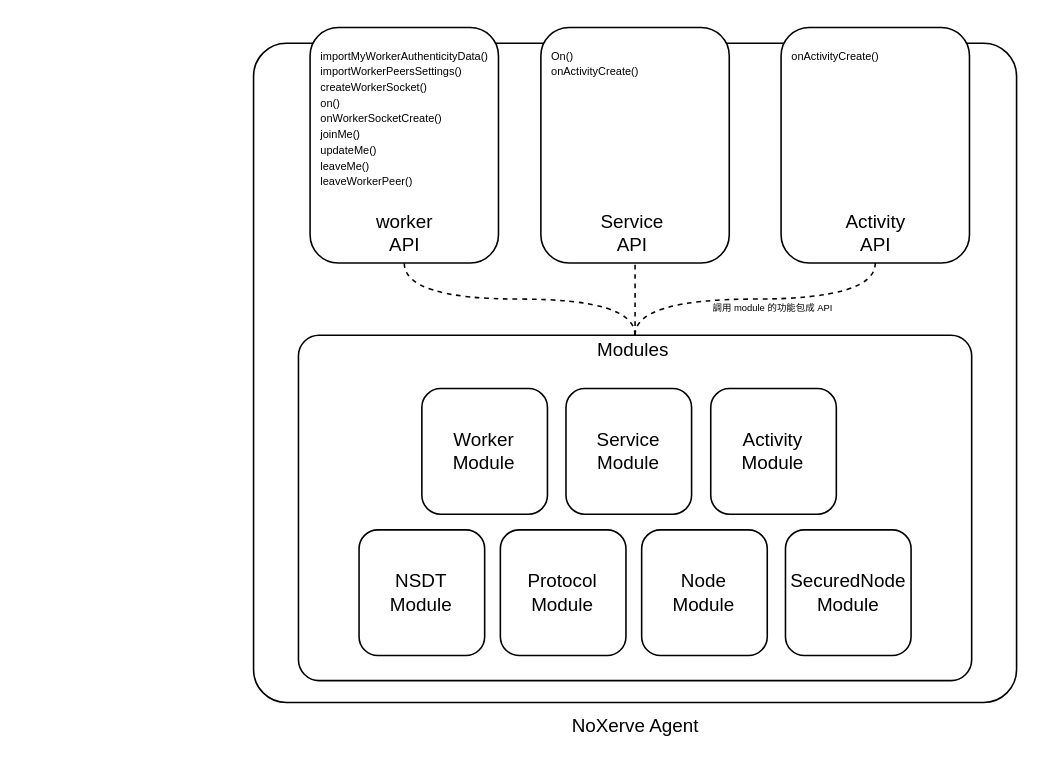
Above: page "NoXerve Agent" (1 of 2) of DrawIO/NoXerve.drawio in NoXerve/NoXerve-Document (draw.io), before the change. Source tidied: cells renumbered, new cells numbered last; positions are measured from the earlier drawing's top-left corner, leaving out a move shared by most shapes. Both pictures are drawn from the tidied source at 157%, with x=0, y=0 at pixel (253, 27).
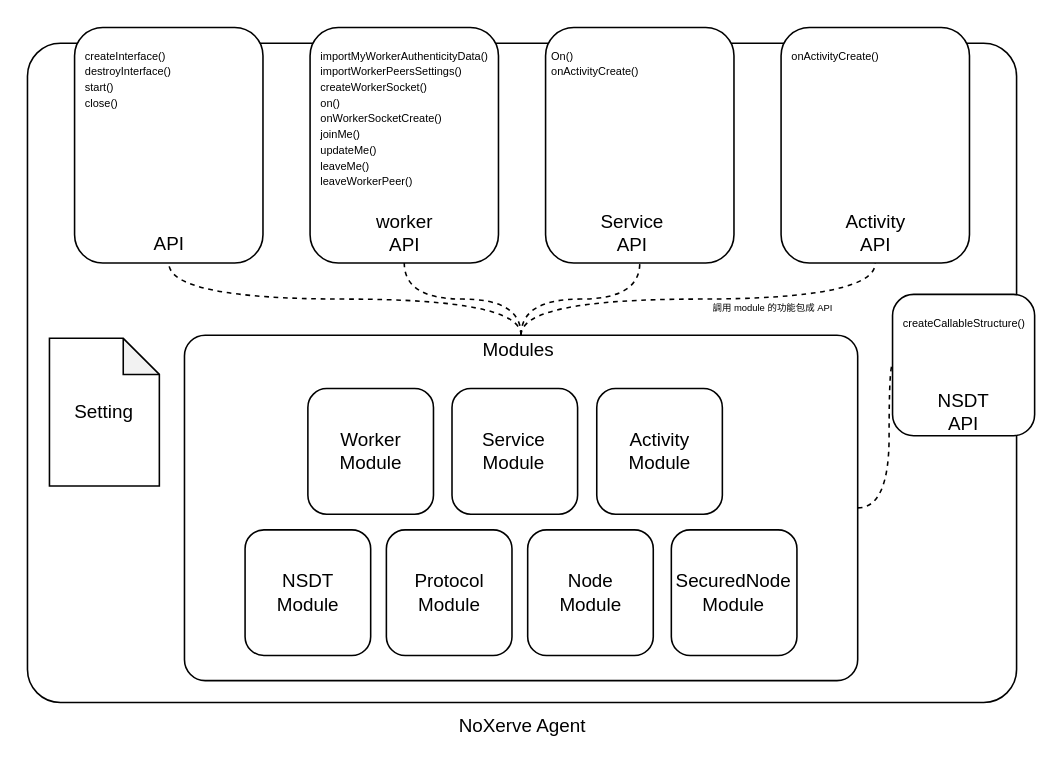
The same page after the edit.

Commit message:
update NoXerve index

Diff of the diagram source:
```diff
@@
     <mxCell id="2" style="rounded=1;whiteSpace=wrap;html=1;arcSize=5;" parent="1" vertex="1">
-      <mxGeometry y="10" width="486" height="420" as="geometry" />
+      <mxGeometry x="-144" y="10" width="630" height="420" as="geometry" />
     </mxCell>
@@
-    <mxCell id="6" style="rounded=1;whiteSpace=wrap;html=1;arcSize=6;" parent="1" vertex="1">
-      <mxGeometry x="28.6" y="196" width="428.8" height="220" as="geometry" />
-    </mxCell>
@@
     <mxCell id="8" style="rounded=1;whiteSpace=wrap;html=1;" parent="1" vertex="1">
-      <mxGeometry x="183" width="120" height="150" as="geometry" />
+      <mxGeometry x="186" width="120" height="150" as="geometry" />
     </mxCell>
@@
     <mxCell id="10" value="NoXerve Agent" style="text;html=1;strokeColor=none;fillColor=none;align=center;verticalAlign=middle;whiteSpace=wrap;rounded=0;" parent="1" vertex="1">
-      <mxGeometry x="185.8" y="435" width="114.5" height="20" as="geometry" />
+      <mxGeometry x="113.8" y="435" width="114.5" height="20" as="geometry" />
     </mxCell>
@@
-    <mxCell id="14" value="Worker&lt;br&gt;Module" style="whiteSpace=wrap;html=1;rounded=1;" parent="1" vertex="1">
-      <mxGeometry x="107.2" y="230" width="80" height="80" as="geometry" />
-    </mxCell>
-    <mxCell id="15" value="Modules" style="text;html=1;strokeColor=none;fillColor=none;align=center;verticalAlign=middle;whiteSpace=wrap;rounded=0;" parent="1" vertex="1">
-      <mxGeometry x="197.5" y="196" width="88.2" height="20" as="geometry" />
-    </mxCell>
-    <mxCell id="16" value="Service&lt;br&gt;Module" style="whiteSpace=wrap;html=1;rounded=1;" parent="1" vertex="1">
-      <mxGeometry x="199" y="230" width="80" height="80" as="geometry" />
-    </mxCell>
-    <mxCell id="17" value="Activity&lt;br&gt;Module" style="whiteSpace=wrap;html=1;rounded=1;" parent="1" vertex="1">
-      <mxGeometry x="291.2" y="230" width="80" height="80" as="geometry" />
-    </mxCell>
-    <mxCell id="18" value="NSDT&lt;br&gt;Module" style="whiteSpace=wrap;html=1;rounded=1;" parent="1" vertex="1">
-      <mxGeometry x="67.2" y="320" width="80" height="80" as="geometry" />
-    </mxCell>
-    <mxCell id="19" value="Protocol&lt;br&gt;Module" style="whiteSpace=wrap;html=1;rounded=1;" parent="1" vertex="1">
-      <mxGeometry x="157.2" y="320" width="80" height="80" as="geometry" />
-    </mxCell>
-    <mxCell id="20" value="Node&lt;br&gt;Module" style="whiteSpace=wrap;html=1;rounded=1;" parent="1" vertex="1">
-      <mxGeometry x="247.2" y="320" width="80" height="80" as="geometry" />
-    </mxCell>
-    <mxCell id="21" value="SecuredNode&lt;br&gt;Module" style="whiteSpace=wrap;html=1;rounded=1;" parent="1" vertex="1">
-      <mxGeometry x="338.8" y="320" width="80" height="80" as="geometry" />
-    </mxCell>
@@
+    <mxCell id="35" style="rounded=1;whiteSpace=wrap;html=1;" parent="1" vertex="1">
+      <mxGeometry x="-114" width="120" height="150" as="geometry" />
+    </mxCell>
+    <mxCell id="36" style="group;" parent="1" vertex="1">
+      <mxGeometry x="-44" y="196" width="428.8" height="220" as="geometry" />
+    </mxCell>
+    <mxCell id="6" style="rounded=1;whiteSpace=wrap;html=1;arcSize=6;" parent="36" vertex="1">
+      <mxGeometry width="428.8" height="220" as="geometry" />
+    </mxCell>
+    <mxCell id="14" value="Worker&lt;br&gt;Module" style="whiteSpace=wrap;html=1;rounded=1;" parent="36" vertex="1">
+      <mxGeometry x="78.6" y="34" width="80" height="80" as="geometry" />
+    </mxCell>
+    <mxCell id="15" value="Modules" style="text;html=1;strokeColor=none;fillColor=none;align=center;verticalAlign=middle;whiteSpace=wrap;rounded=0;" parent="36" vertex="1">
+      <mxGeometry x="168.9" width="88.2" height="20" as="geometry" />
+    </mxCell>
+    <mxCell id="16" value="Service&lt;br&gt;Module" style="whiteSpace=wrap;html=1;rounded=1;" parent="36" vertex="1">
+      <mxGeometry x="170.4" y="34" width="80" height="80" as="geometry" />
+    </mxCell>
+    <mxCell id="17" value="Activity&lt;br&gt;Module" style="whiteSpace=wrap;html=1;rounded=1;" parent="36" vertex="1">
+      <mxGeometry x="262.6" y="34" width="80" height="80" as="geometry" />
+    </mxCell>
+    <mxCell id="18" value="NSDT&lt;br&gt;Module" style="whiteSpace=wrap;html=1;rounded=1;" parent="36" vertex="1">
+      <mxGeometry x="38.6" y="124" width="80" height="80" as="geometry" />
+    </mxCell>
+    <mxCell id="19" value="Protocol&lt;br&gt;Module" style="whiteSpace=wrap;html=1;rounded=1;" parent="36" vertex="1">
+      <mxGeometry x="128.6" y="124" width="80" height="80" as="geometry" />
+    </mxCell>
+    <mxCell id="20" value="Node&lt;br&gt;Module" style="whiteSpace=wrap;html=1;rounded=1;" parent="36" vertex="1">
+      <mxGeometry x="218.6" y="124" width="80" height="80" as="geometry" />
+    </mxCell>
+    <mxCell id="21" value="SecuredNode&lt;br&gt;Module" style="whiteSpace=wrap;html=1;rounded=1;" parent="36" vertex="1">
+      <mxGeometry x="310.1" y="124" width="80" height="80" as="geometry" />
+    </mxCell>
+    <mxCell id="37" style="edgeStyle=orthogonalEdgeStyle;jettySize=auto;html=1;entryX=0.5;entryY=1;entryDx=0;entryDy=0;endArrow=none;endFill=0;dashed=1;curved=1;" parent="1" edge="1" source="6" target="35">
+      <mxGeometry relative="1" as="geometry" />
+    </mxCell>
+    <mxCell id="38" value="API" style="text;html=1;strokeColor=none;fillColor=none;align=center;verticalAlign=middle;whiteSpace=wrap;rounded=0;" parent="1" vertex="1">
+      <mxGeometry x="-85.5" y="130" width="63" height="16" as="geometry" />
+    </mxCell>
+    <mxCell id="39" value="&lt;font style=&quot;font-size: 7px&quot;&gt;createInterface()&lt;/font&gt;" style="text;html=1;strokeColor=none;fillColor=none;align=left;verticalAlign=middle;whiteSpace=wrap;rounded=0;fontSize=7;" parent="1" vertex="1">
+      <mxGeometry x="-109" y="14" width="110" height="10" as="geometry" />
+    </mxCell>
+    <mxCell id="40" value="&lt;font style=&quot;font-size: 7px&quot;&gt;destroyInterface()&lt;/font&gt;" style="text;html=1;strokeColor=none;fillColor=none;align=left;verticalAlign=middle;whiteSpace=wrap;rounded=0;fontSize=7;" parent="1" vertex="1">
+      <mxGeometry x="-109" y="24" width="110" height="10" as="geometry" />
+    </mxCell>
+    <mxCell id="41" value="&lt;font style=&quot;font-size: 7px&quot;&gt;start()&lt;/font&gt;" style="text;html=1;strokeColor=none;fillColor=none;align=left;verticalAlign=middle;whiteSpace=wrap;rounded=0;fontSize=7;" parent="1" vertex="1">
+      <mxGeometry x="-109" y="34" width="110" height="10" as="geometry" />
+    </mxCell>
+    <mxCell id="42" value="&lt;font style=&quot;font-size: 7px&quot;&gt;close()&lt;/font&gt;" style="text;html=1;strokeColor=none;fillColor=none;align=left;verticalAlign=middle;whiteSpace=wrap;rounded=0;fontSize=7;" parent="1" vertex="1">
+      <mxGeometry x="-109" y="44" width="110" height="10" as="geometry" />
+    </mxCell>
+    <mxCell id="43" style="rounded=1;whiteSpace=wrap;html=1;" parent="1" vertex="1">
+      <mxGeometry x="407" y="170" width="90.5" height="90" as="geometry" />
+    </mxCell>
+    <mxCell id="44" style="edgeStyle=orthogonalEdgeStyle;curved=1;jettySize=auto;html=1;dashed=1;endArrow=none;endFill=0;" parent="1" edge="1" source="6" target="43">
+      <mxGeometry relative="1" as="geometry" />
+    </mxCell>
+    <mxCell id="45" value="NSDT&lt;br&gt;API" style="text;html=1;strokeColor=none;fillColor=none;align=center;verticalAlign=middle;whiteSpace=wrap;rounded=0;" parent="1" vertex="1">
+      <mxGeometry x="420.8" y="230" width="63" height="30" as="geometry" />
+    </mxCell>
+    <mxCell id="46" value="&lt;font style=&quot;font-size: 7px&quot;&gt;createCallableStructure()&lt;/font&gt;" style="text;html=1;strokeColor=none;fillColor=none;align=left;verticalAlign=middle;whiteSpace=wrap;rounded=0;fontSize=7;" parent="1" vertex="1">
+      <mxGeometry x="412.2" y="184" width="80" height="10" as="geometry" />
+    </mxCell>
+    <mxCell id="47" value="Setting" style="shape=note;whiteSpace=wrap;html=1;backgroundOutline=1;darkOpacity=0.05;size=23;" parent="1" vertex="1">
+      <mxGeometry x="-130" y="198" width="70" height="94" as="geometry" />
+    </mxCell>
```
